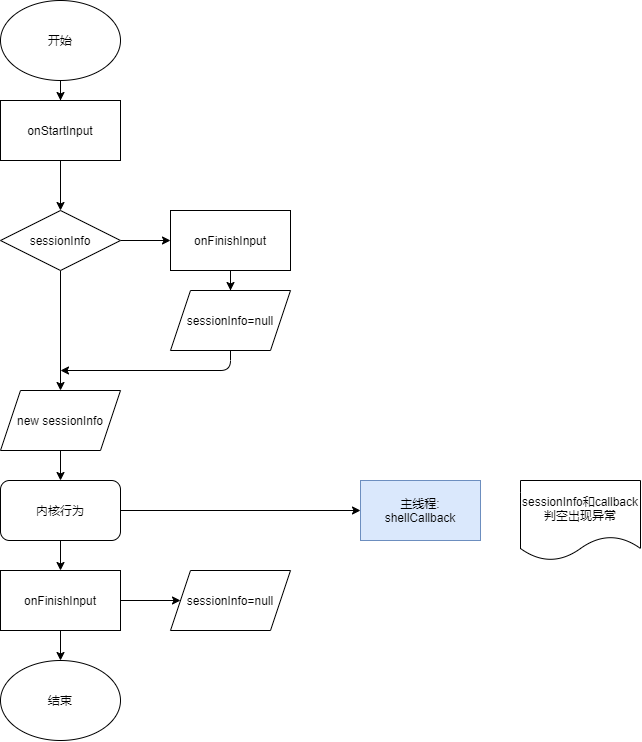
The draw.io diagram input/shell-thread-refactor.png in chonglv/charts, before a commit. Source tidied: cells renumbered, new cells last; positions are measured from the earlier drawing's top-left corner, leaving out a move shared by most shapes.
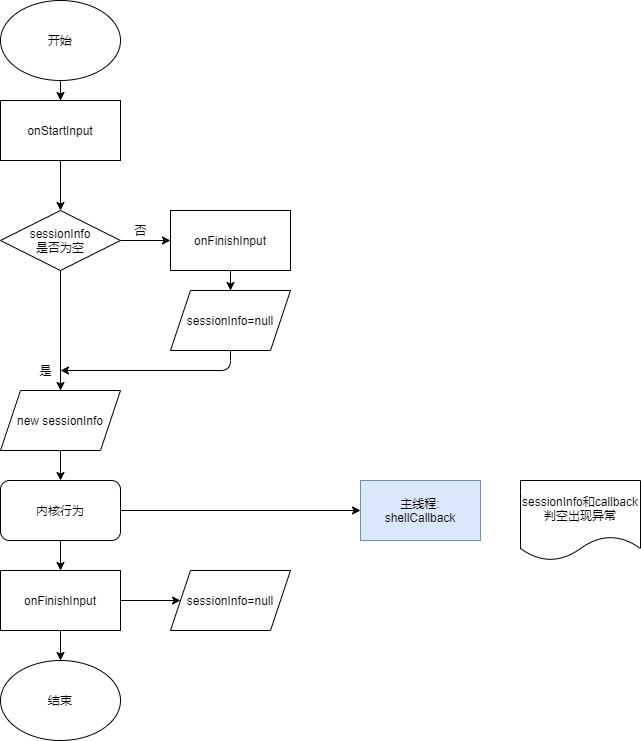
Later version of the same file.

What changed in the source:
```diff
@@ -23,7 +23,7 @@
     <mxCell id="8" style="edgeStyle=orthogonalEdgeStyle;rounded=0;jettySize=auto;html=1;entryX=0.5;entryY=0;entryDx=0;entryDy=0;" parent="1" edge="1" source="9" target="13">
       <mxGeometry relative="1" as="geometry" />
     </mxCell>
-    <mxCell id="9" value="sessionInfo" style="rhombus;whiteSpace=wrap;html=1;" parent="1" vertex="1">
+    <mxCell id="9" value="sessionInfo&lt;br&gt;是否为空" style="rhombus;whiteSpace=wrap;html=1;" parent="1" vertex="1">
       <mxGeometry y="210" width="120" height="60" as="geometry" />
     </mxCell>
     <mxCell id="10" style="edgeStyle=orthogonalEdgeStyle;rounded=0;jettySize=auto;html=1;entryX=0.5;entryY=0;entryDx=0;entryDy=0;" parent="1" edge="1" source="11" target="14">
@@ -76,5 +76,11 @@
     <mxCell id="24" value="sessionInfo和callback&lt;br&gt;判空出现异常" style="shape=document;whiteSpace=wrap;html=1;boundedLbl=1;" parent="1" vertex="1">
       <mxGeometry x="520" y="480" width="120" height="80" as="geometry" />
     </mxCell>
+    <mxCell id="25" value="否" style="text;html=1;align=center;verticalAlign=middle;" parent="1" vertex="1">
+      <mxGeometry x="125" y="220" width="30" height="20" as="geometry" />
+    </mxCell>
+    <mxCell id="26" value="是" style="text;html=1;align=center;verticalAlign=middle;" parent="1" vertex="1">
+      <mxGeometry x="30" y="360" width="30" height="20" as="geometry" />
+    </mxCell>
   </root>
 </mxGraphModel>
```
